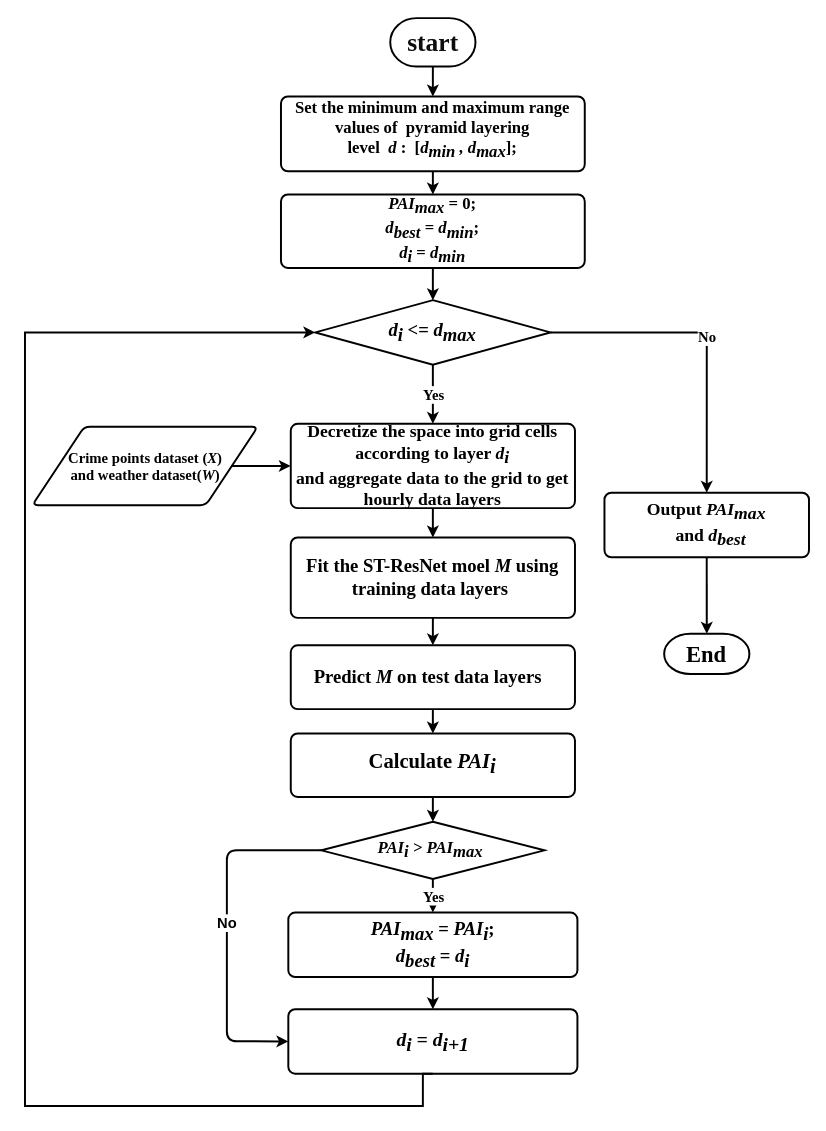
The draw.io diagram assets/Copy of st-resnet.drawio in 798982876/ST_ResNet, before the edit. Source tidied: cells renumbered, new cells numbered last; positions are measured from the earlier drawing's top-left corner, leaving out a move shared by most shapes. Both pictures are drawn from the tidied source at 98%, with x=0, y=0 at pixel (24, 18).
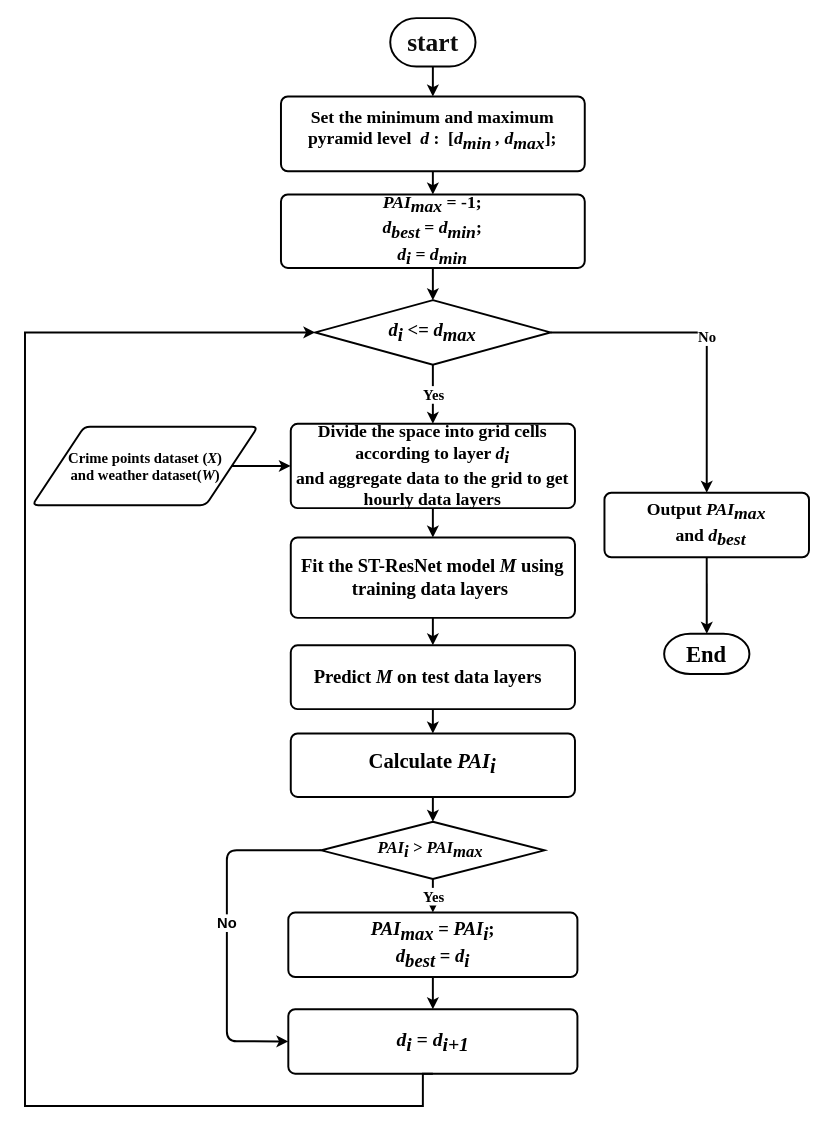
After the change.

Unchanged cells that the change refers to:
```xml
<mxCell id="2" style="group;fontSize=15;" parent="1" vertex="1">
  <mxGeometry width="800" height="1110" as="geometry" />
</mxCell>
```

What changed in the source:
```diff
@@
-    <mxCell id="4" value="&lt;font style=&quot;font-size: 17px;&quot;&gt;&lt;br style=&quot;font-size: 17px;&quot;&gt;&lt;div style=&quot;font-size: 17px;&quot;&gt;&lt;span style=&quot;font-size: 17px;&quot;&gt;Set the minimum and maximum range values of&amp;nbsp; pyramid layering level&amp;nbsp;&amp;nbsp;&lt;/span&gt;&lt;i style=&quot;font-size: 17px;&quot;&gt;d&amp;nbsp;&lt;/i&gt;&lt;span style=&quot;font-size: 17px;&quot;&gt;:&lt;/span&gt;&lt;i style=&quot;font-size: 17px;&quot;&gt;&amp;nbsp;&amp;nbsp;&lt;/i&gt;&lt;span style=&quot;font-size: 17px;&quot;&gt;[&lt;/span&gt;&lt;i style=&quot;font-size: 17px;&quot;&gt;d&lt;sub style=&quot;font-size: 17px;&quot;&gt;min&amp;nbsp;&lt;/sub&gt;, d&lt;sub style=&quot;font-size: 17px;&quot;&gt;max&lt;/sub&gt;&lt;/i&gt;&lt;span style=&quot;font-size: 17px;&quot;&gt;]&lt;/span&gt;&lt;span style=&quot;font-size: 17px;&quot;&gt;;&lt;/span&gt;&lt;/div&gt;&lt;sup style=&quot;font-size: 17px;&quot;&gt;&lt;br style=&quot;font-size: 17px;&quot;&gt;&lt;/sup&gt;&lt;/font&gt;" style="rounded=1;whiteSpace=wrap;html=1;absoluteArcSize=1;arcSize=14;strokeWidth=2;fontFamily=Times New Roman;fontSize=17;align=center;fontStyle=1;" parent="2" vertex="1">
+    <mxCell id="4" value="&lt;font style=&quot;font-size: 18px;&quot;&gt;&lt;br style=&quot;font-size: 18px;&quot;&gt;&lt;div style=&quot;font-size: 18px;&quot;&gt;&lt;span style=&quot;font-size: 18px;&quot;&gt;Set the minimum and maximum pyramid level&amp;nbsp;&amp;nbsp;&lt;/span&gt;&lt;i style=&quot;font-size: 18px;&quot;&gt;d&amp;nbsp;&lt;/i&gt;&lt;span style=&quot;font-size: 18px;&quot;&gt;:&lt;/span&gt;&lt;i style=&quot;font-size: 18px;&quot;&gt;&amp;nbsp;&amp;nbsp;&lt;/i&gt;&lt;span style=&quot;font-size: 18px;&quot;&gt;[&lt;/span&gt;&lt;i style=&quot;font-size: 18px;&quot;&gt;d&lt;sub style=&quot;font-size: 18px;&quot;&gt;min&amp;nbsp;&lt;/sub&gt;, d&lt;sub style=&quot;font-size: 18px;&quot;&gt;max&lt;/sub&gt;&lt;/i&gt;&lt;span style=&quot;font-size: 18px;&quot;&gt;]&lt;/span&gt;&lt;span style=&quot;font-size: 18px;&quot;&gt;;&lt;/span&gt;&lt;/div&gt;&lt;sup style=&quot;font-size: 18px;&quot;&gt;&lt;br style=&quot;font-size: 18px;&quot;&gt;&lt;/sup&gt;&lt;/font&gt;" style="rounded=1;whiteSpace=wrap;html=1;absoluteArcSize=1;arcSize=14;strokeWidth=2;fontFamily=Times New Roman;fontSize=18;align=center;fontStyle=1;" parent="2" vertex="1">
       <mxGeometry x="261.2" y="80" width="310" height="76.2" as="geometry" />
     </mxCell>
@@
-    <mxCell id="6" value="&lt;i style=&quot;font-size: 17px;&quot;&gt;PAI&lt;sub style=&quot;font-size: 17px;&quot;&gt;max&lt;/sub&gt;&lt;/i&gt;&lt;span style=&quot;font-size: 17px;&quot;&gt;&lt;i style=&quot;font-size: 17px;&quot;&gt;&amp;nbsp;&lt;/i&gt;= 0;&lt;/span&gt;&lt;br style=&quot;font-size: 17px;&quot;&gt;&lt;span style=&quot;font-size: 17px;&quot;&gt;&lt;div style=&quot;font-size: 17px;&quot;&gt;&lt;i style=&quot;font-size: 17px;&quot;&gt;d&lt;sub style=&quot;font-size: 17px;&quot;&gt;best&lt;/sub&gt;&lt;/i&gt;&lt;i style=&quot;font-size: 17px;&quot;&gt;&lt;sub style=&quot;font-size: 17px;&quot;&gt;&amp;nbsp;&lt;/sub&gt;&lt;/i&gt;=&amp;nbsp;&lt;i style=&quot;font-size: 17px;&quot;&gt;d&lt;sub style=&quot;font-size: 17px;&quot;&gt;min&lt;/sub&gt;&lt;/i&gt;;&lt;/div&gt;&lt;div style=&quot;font-size: 17px;&quot;&gt;&lt;i style=&quot;font-size: 17px;&quot;&gt;d&lt;sub style=&quot;font-size: 17px;&quot;&gt;i&lt;/sub&gt; &lt;/i&gt;= &lt;i style=&quot;font-size: 17px;&quot;&gt;d&lt;sub style=&quot;font-size: 17px;&quot;&gt;min&lt;/sub&gt;&lt;/i&gt;&lt;/div&gt;&lt;/span&gt;" style="rounded=1;whiteSpace=wrap;html=1;absoluteArcSize=1;arcSize=14;strokeWidth=2;fontSize=17;fontFamily=Times New Roman;align=center;fontStyle=1;" parent="2" vertex="1">
+    <mxCell id="6" value="&lt;i style=&quot;font-size: 18px;&quot;&gt;PAI&lt;sub style=&quot;font-size: 18px;&quot;&gt;max&lt;/sub&gt;&lt;/i&gt;&lt;span style=&quot;font-size: 18px;&quot;&gt;&lt;i style=&quot;font-size: 18px;&quot;&gt;&amp;nbsp;&lt;/i&gt;= -1;&lt;/span&gt;&lt;br style=&quot;font-size: 18px;&quot;&gt;&lt;span style=&quot;font-size: 18px;&quot;&gt;&lt;div style=&quot;font-size: 18px;&quot;&gt;&lt;i style=&quot;font-size: 18px;&quot;&gt;d&lt;sub style=&quot;font-size: 18px;&quot;&gt;best&lt;/sub&gt;&lt;/i&gt;&lt;i style=&quot;font-size: 18px;&quot;&gt;&lt;sub style=&quot;font-size: 18px;&quot;&gt;&amp;nbsp;&lt;/sub&gt;&lt;/i&gt;=&amp;nbsp;&lt;i style=&quot;font-size: 18px;&quot;&gt;d&lt;sub style=&quot;font-size: 18px;&quot;&gt;min&lt;/sub&gt;&lt;/i&gt;;&lt;/div&gt;&lt;div style=&quot;font-size: 18px;&quot;&gt;&lt;i style=&quot;font-size: 18px;&quot;&gt;d&lt;sub style=&quot;font-size: 18px;&quot;&gt;i&lt;/sub&gt; &lt;/i&gt;= &lt;i style=&quot;font-size: 18px;&quot;&gt;d&lt;sub style=&quot;font-size: 18px;&quot;&gt;min&lt;/sub&gt;&lt;/i&gt;&lt;/div&gt;&lt;/span&gt;" style="rounded=1;whiteSpace=wrap;html=1;absoluteArcSize=1;arcSize=14;strokeWidth=2;fontSize=18;fontFamily=Times New Roman;align=center;fontStyle=1;" parent="2" vertex="1">
       <mxGeometry x="261.2" y="180" width="310" height="74.9" as="geometry" />
     </mxCell>
-    <mxCell id="7" value="Decretize the space into grid cells according to layer &lt;i style=&quot;font-size: 18px;&quot;&gt;d&lt;sub style=&quot;font-size: 18px;&quot;&gt;i&lt;/sub&gt;&lt;/i&gt;&lt;br style=&quot;font-size: 18px;&quot;&gt;and aggregate data to the grid to get hourly data layers" style="rounded=1;whiteSpace=wrap;html=1;absoluteArcSize=1;arcSize=14;strokeWidth=2;fontSize=18;fontFamily=Times New Roman;fontStyle=1;" parent="2" vertex="1">
+    <mxCell id="7" value="Divide the space into grid cells according to layer &lt;i style=&quot;font-size: 18px&quot;&gt;d&lt;sub style=&quot;font-size: 18px&quot;&gt;i&lt;/sub&gt;&lt;/i&gt;&lt;br style=&quot;font-size: 18px&quot;&gt;and aggregate data to the grid to get hourly data layers" style="rounded=1;whiteSpace=wrap;html=1;absoluteArcSize=1;arcSize=14;strokeWidth=2;fontSize=18;fontFamily=Times New Roman;fontStyle=1;" parent="2" vertex="1">
       <mxGeometry x="271.2" y="414" width="290" height="86" as="geometry" />
     </mxCell>
-    <mxCell id="8" value="Fit the ST-ResNet moel &lt;i style=&quot;font-size: 19px;&quot;&gt;M&lt;/i&gt; using training data layers&amp;nbsp;" style="rounded=1;whiteSpace=wrap;html=1;absoluteArcSize=1;arcSize=14;strokeWidth=2;fontSize=19;fontFamily=Times New Roman;fontStyle=1;" parent="2" vertex="1">
+    <mxCell id="8" value="Fit the ST-ResNet model &lt;i style=&quot;font-size: 19px&quot;&gt;M&lt;/i&gt; using training data layers&amp;nbsp;" style="rounded=1;whiteSpace=wrap;html=1;absoluteArcSize=1;arcSize=14;strokeWidth=2;fontSize=19;fontFamily=Times New Roman;fontStyle=1;" parent="2" vertex="1">
       <mxGeometry x="271.2" y="530" width="290" height="82" as="geometry" />
     </mxCell>
```
